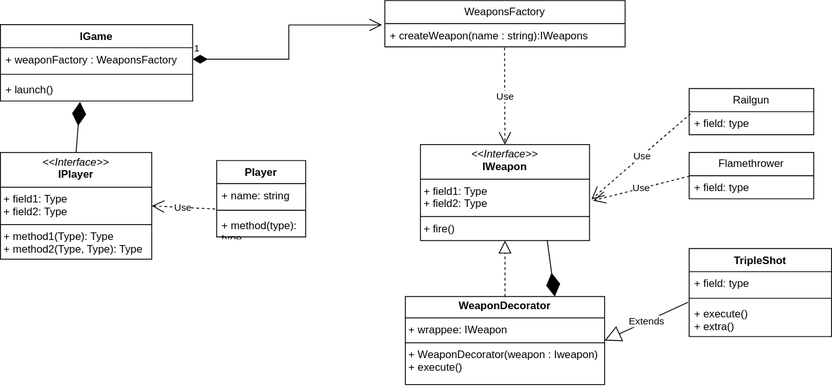
Before: class_diagram.drawio.svg, a diagram exported from draw.io (CNAM-gaming/vampire_survivors). Source tidied: cells renumbered, new cells last; positions are measured from the earlier drawing's top-left corner, leaving out a move shared by most shapes.
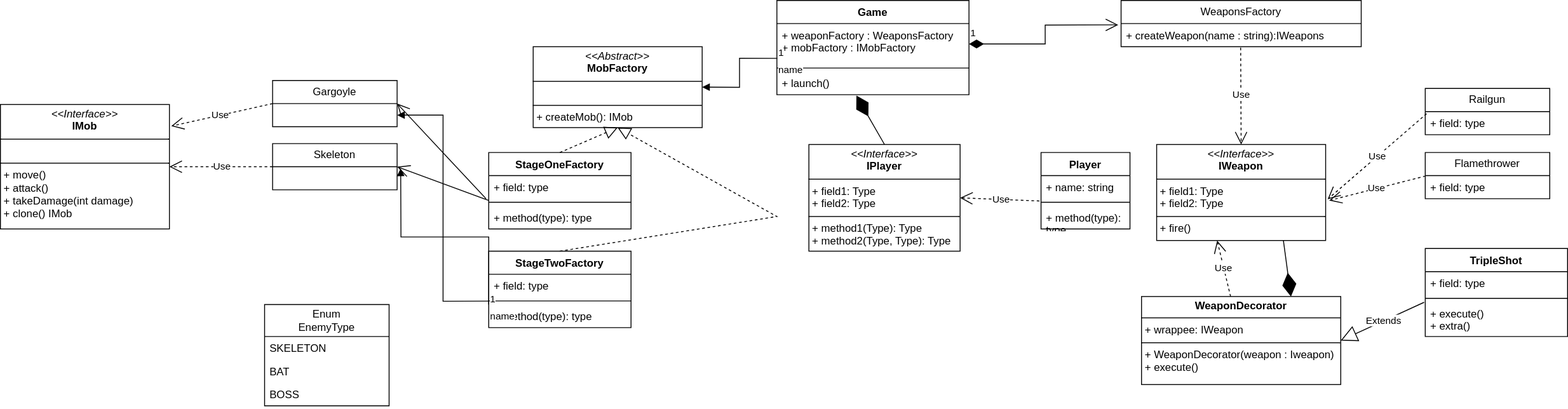
The same diagram one commit later.

Commit message:
Mettre à jour class_diagram.drawio.svg

Diff of the diagram source:
```diff
@@ -3,7 +3,7 @@
     <mxCell id="0" />
     <mxCell id="1" parent="0" />
     <mxCell id="2" value="Player" style="swimlane;fontStyle=1;align=center;verticalAlign=top;horizontal=1;startSize=26;whiteSpace=wrap;html=1;swimlaneFillColor=default;" parent="1" vertex="1">
-      <mxGeometry x="243" y="180" width="100" height="86" as="geometry" />
+      <mxGeometry x="342" y="171" width="100" height="86" as="geometry" />
     </mxCell>
     <mxCell id="3" value="+ name: string" style="text;strokeColor=none;fillColor=none;align=left;verticalAlign=top;spacingLeft=4;spacingRight=4;overflow=hidden;points=[[0,0.5],[1,0.5]];portConstraint=eastwest;whiteSpace=wrap;html=1;" parent="2" vertex="1">
       <mxGeometry y="26" width="100" height="26" as="geometry" />
@@ -15,19 +15,19 @@
       <mxGeometry y="60" width="100" height="26" as="geometry" />
     </mxCell>
     <mxCell id="6" value="&lt;p style=&quot;margin:0px;margin-top:4px;text-align:center;&quot;&gt;&lt;i&gt;&amp;lt;&amp;lt;Interface&amp;gt;&amp;gt;&lt;/i&gt;&lt;br&gt;&lt;b&gt;IPlayer&lt;/b&gt;&lt;/p&gt;&lt;hr size=&quot;1&quot; style=&quot;border-style:solid;&quot;&gt;&lt;p style=&quot;margin:0px;margin-left:4px;&quot;&gt;+ field1: Type&lt;br&gt;+ field2: Type&lt;/p&gt;&lt;hr size=&quot;1&quot; style=&quot;border-style:solid;&quot;&gt;&lt;p style=&quot;margin:0px;margin-left:4px;&quot;&gt;+ method1(Type): Type&lt;br&gt;+ method2(Type, Type): Type&lt;/p&gt;" style="verticalAlign=top;align=left;overflow=fill;html=1;whiteSpace=wrap;" parent="1" vertex="1">
-      <mxGeometry y="171" width="170" height="120" as="geometry" />
+      <mxGeometry x="81" y="162" width="170" height="120" as="geometry" />
     </mxCell>
-    <mxCell id="7" value="IGame" style="swimlane;fontStyle=1;align=center;verticalAlign=top;horizontal=1;startSize=26;whiteSpace=wrap;html=1;" parent="1" vertex="1">
-      <mxGeometry y="27" width="216" height="86" as="geometry" />
+    <mxCell id="7" value="&lt;div&gt;&lt;span style=&quot;background-color: initial;&quot;&gt;Game&lt;/span&gt;&lt;br&gt;&lt;/div&gt;" style="swimlane;fontStyle=1;align=center;verticalAlign=top;horizontal=1;startSize=26;whiteSpace=wrap;html=1;" parent="1" vertex="1">
+      <mxGeometry x="45" width="216" height="106" as="geometry" />
     </mxCell>
-    <mxCell id="8" value="+ weaponFactory : WeaponsFactory" style="text;strokeColor=none;fillColor=none;align=left;verticalAlign=top;spacingLeft=4;spacingRight=4;overflow=hidden;points=[[0,0.5],[1,0.5]];portConstraint=eastwest;whiteSpace=wrap;html=1;" parent="7" vertex="1">
-      <mxGeometry y="26" width="216" height="26" as="geometry" />
+    <mxCell id="8" value="+ weaponFactory : WeaponsFactory&lt;div&gt;+ mobFactory : IMobFactory&lt;br&gt;&lt;/div&gt;" style="text;strokeColor=none;fillColor=none;align=left;verticalAlign=top;spacingLeft=4;spacingRight=4;overflow=hidden;points=[[0,0.5],[1,0.5]];portConstraint=eastwest;whiteSpace=wrap;html=1;" parent="7" vertex="1">
+      <mxGeometry y="26" width="216" height="46" as="geometry" />
     </mxCell>
     <mxCell id="9" style="line;strokeWidth=1;fillColor=none;align=left;verticalAlign=middle;spacingTop=-1;spacingLeft=3;spacingRight=3;labelPosition=right;strokeColor=inherit;" parent="7" vertex="1">
-      <mxGeometry y="52" width="216" height="8" as="geometry" />
+      <mxGeometry y="72" width="216" height="8" as="geometry" />
     </mxCell>
     <mxCell id="10" value="+ launch()" style="text;strokeColor=none;fillColor=none;align=left;verticalAlign=top;spacingLeft=4;spacingRight=4;overflow=hidden;points=[[0,0.5],[1,0.5]];portConstraint=eastwest;whiteSpace=wrap;html=1;" parent="7" vertex="1">
-      <mxGeometry y="60" width="216" height="26" as="geometry" />
+      <mxGeometry y="80" width="216" height="26" as="geometry" />
     </mxCell>
     <mxCell id="11" value="WeaponsFactory" style="swimlane;fontStyle=0;horizontal=1;startSize=26;fillColor=none;whiteSpace=wrap;html=1;" parent="1" vertex="1">
       <mxGeometry x="432" width="270" height="52" as="geometry" />
@@ -65,9 +65,6 @@
     <mxCell id="22" value="&lt;p style=&quot;margin:0px;margin-top:4px;text-align:center;&quot;&gt;&lt;b&gt;WeaponDecorator&lt;/b&gt;&lt;/p&gt;&lt;hr size=&quot;1&quot; style=&quot;border-style:solid;&quot;&gt;&lt;p style=&quot;margin:0px;margin-left:4px;&quot;&gt;+ wrappee: IWeapon&lt;/p&gt;&lt;hr size=&quot;1&quot; style=&quot;border-style:solid;&quot;&gt;&lt;p style=&quot;margin:0px;margin-left:4px;&quot;&gt;+ WeaponDecorator(weapon : Iweapon)&lt;br&gt;&lt;/p&gt;&lt;p style=&quot;margin:0px;margin-left:4px;&quot;&gt;+ execute()&lt;br&gt;&lt;/p&gt;" style="verticalAlign=top;align=left;overflow=fill;html=1;whiteSpace=wrap;" parent="1" vertex="1">
       <mxGeometry x="455" y="333" width="224" height="99" as="geometry" />
     </mxCell>
-    <mxCell id="23" style="endArrow=block;dashed=1;endFill=0;endSize=12;html=1;rounded=0;entryX=0.5;entryY=1;entryDx=0;entryDy=0;exitX=0.5;exitY=0;exitDx=0;exitDy=0;" parent="1" edge="1" source="22" target="13">
-      <mxGeometry relative="1" as="geometry" />
-    </mxCell>
     <mxCell id="24" value="TripleShot" style="swimlane;fontStyle=1;align=center;verticalAlign=top;horizontal=1;startSize=26;whiteSpace=wrap;html=1;" parent="1" vertex="1">
       <mxGeometry x="774" y="279" width="160" height="99" as="geometry" />
     </mxCell>
@@ -94,5 +91,100 @@
     <mxCell id="31" style="endArrow=diamondThin;endFill=1;endSize=24;html=1;rounded=0;exitX=0.75;exitY=1;exitDx=0;exitDy=0;entryX=0.75;entryY=0;entryDx=0;entryDy=0;" parent="1" edge="1" source="13" target="22">
       <mxGeometry relative="1" as="geometry" />
     </mxCell>
+    <mxCell id="23" value="Use" style="endArrow=open;endSize=12;dashed=1;html=1;rounded=0;entryX=0.358;entryY=1;entryDx=0;entryDy=0;entryPerimeter=0;" parent="1" edge="1" source="22" target="13">
+      <mxGeometry relative="1" as="geometry" />
+    </mxCell>
+    <mxCell id="32" value="&lt;p style=&quot;margin:0px;margin-top:4px;text-align:center;&quot;&gt;&lt;i&gt;&amp;lt;&amp;lt;Abstract&amp;gt;&amp;gt;&lt;/i&gt;&lt;br&gt;&lt;b&gt;MobFactory&lt;/b&gt;&lt;/p&gt;&lt;hr size=&quot;1&quot; style=&quot;border-style:solid;&quot;&gt;&lt;p style=&quot;margin:0px;margin-left:4px;&quot;&gt;&lt;br&gt;&lt;/p&gt;&lt;hr size=&quot;1&quot; style=&quot;border-style:solid;&quot;&gt;&lt;p style=&quot;margin:0px;margin-left:4px;&quot;&gt;+ createMob(): IMob&lt;/p&gt;" style="verticalAlign=top;align=left;overflow=fill;html=1;whiteSpace=wrap;" parent="1" vertex="1">
+      <mxGeometry x="-229" y="52" width="190" height="91" as="geometry" />
+    </mxCell>
+    <mxCell id="33" value="name" style="endArrow=block;endFill=1;html=1;edgeStyle=orthogonalEdgeStyle;align=left;verticalAlign=top;rounded=0;entryX=1;entryY=0.5;entryDx=0;entryDy=0;exitX=0.002;exitY=0.85;exitDx=0;exitDy=0;exitPerimeter=0;" parent="1" edge="1" source="8" target="32">
+      <mxGeometry x="-1" relative="1" as="geometry" />
+    </mxCell>
+    <mxCell id="34" value="1" style="edgeLabel;html=1;align=left;verticalAlign=bottom;" parent="33" vertex="1">
+      <mxGeometry x="-1" relative="1" as="geometry" />
+    </mxCell>
+    <mxCell id="35" value="Skeleton" style="swimlane;fontStyle=0;horizontal=1;startSize=26;fillColor=none;whiteSpace=wrap;html=1;" parent="1" vertex="1">
+      <mxGeometry x="-522" y="161" width="140" height="52" as="geometry" />
+    </mxCell>
+    <mxCell id="36" value="&lt;p style=&quot;margin:0px;margin-top:4px;text-align:center;&quot;&gt;&lt;i&gt;&amp;lt;&amp;lt;Interface&amp;gt;&amp;gt;&lt;/i&gt;&lt;br&gt;&lt;b&gt;IMob&lt;/b&gt;&lt;/p&gt;&lt;hr size=&quot;1&quot; style=&quot;border-style:solid;&quot;&gt;&lt;p style=&quot;margin:0px;margin-left:4px;&quot;&gt;&lt;br&gt;&lt;/p&gt;&lt;hr size=&quot;1&quot; style=&quot;border-style:solid;&quot;&gt;&lt;p style=&quot;margin:0px;margin-left:4px;&quot;&gt;+ move()&lt;br&gt;+ attack()&lt;/p&gt;&lt;p style=&quot;margin:0px;margin-left:4px;&quot;&gt;+ takeDamage(int damage)&lt;/p&gt;&lt;p style=&quot;margin:0px;margin-left:4px;&quot;&gt;+ clone() IMob&lt;/p&gt;" style="verticalAlign=top;align=left;overflow=fill;html=1;whiteSpace=wrap;" parent="1" vertex="1">
+      <mxGeometry x="-828" y="117" width="190" height="140" as="geometry" />
+    </mxCell>
+    <mxCell id="37" value="Gargoyle" style="swimlane;fontStyle=0;horizontal=1;startSize=26;fillColor=none;whiteSpace=wrap;html=1;" parent="1" vertex="1">
+      <mxGeometry x="-522" y="90" width="140" height="52" as="geometry" />
+    </mxCell>
+    <mxCell id="38" value="Use" style="endArrow=open;endSize=12;dashed=1;html=1;rounded=0;exitX=0;exitY=0.5;exitDx=0;exitDy=0;" parent="1" edge="1" source="35" target="36">
+      <mxGeometry relative="1" as="geometry" />
+    </mxCell>
+    <mxCell id="39" value="Use" style="endArrow=open;endSize=12;dashed=1;html=1;rounded=0;entryX=1.011;entryY=0.174;entryDx=0;entryDy=0;exitX=0;exitY=0.5;exitDx=0;exitDy=0;entryPerimeter=0;" parent="1" edge="1" source="37" target="36">
+      <mxGeometry relative="1" as="geometry" />
+    </mxCell>
+    <mxCell id="40" value="StageOneFactory" style="swimlane;fontStyle=1;align=center;verticalAlign=top;horizontal=1;startSize=26;whiteSpace=wrap;html=1;" parent="1" vertex="1">
+      <mxGeometry x="-279" y="171" width="160" height="86" as="geometry" />
+    </mxCell>
+    <mxCell id="41" value="+ field: type" style="text;strokeColor=none;fillColor=none;align=left;verticalAlign=top;spacingLeft=4;spacingRight=4;overflow=hidden;points=[[0,0.5],[1,0.5]];portConstraint=eastwest;whiteSpace=wrap;html=1;" parent="40" vertex="1">
+      <mxGeometry y="26" width="160" height="26" as="geometry" />
+    </mxCell>
+    <mxCell id="42" style="line;strokeWidth=1;fillColor=none;align=left;verticalAlign=middle;spacingTop=-1;spacingLeft=3;spacingRight=3;labelPosition=right;strokeColor=inherit;" parent="40" vertex="1">
+      <mxGeometry y="52" width="160" height="8" as="geometry" />
+    </mxCell>
+    <mxCell id="43" value="+ method(type): type" style="text;strokeColor=none;fillColor=none;align=left;verticalAlign=top;spacingLeft=4;spacingRight=4;overflow=hidden;whiteSpace=wrap;html=1;" parent="40" vertex="1">
+      <mxGeometry y="60" width="160" height="26" as="geometry" />
+    </mxCell>
+    <mxCell id="44" value="StageTwoFactory" style="swimlane;fontStyle=1;align=center;verticalAlign=top;horizontal=1;startSize=26;whiteSpace=wrap;html=1;" parent="1" vertex="1">
+      <mxGeometry x="-279" y="282" width="160" height="86" as="geometry" />
+    </mxCell>
+    <mxCell id="45" value="+ field: type" style="text;strokeColor=none;fillColor=none;align=left;verticalAlign=top;spacingLeft=4;spacingRight=4;overflow=hidden;points=[[0,0.5],[1,0.5]];portConstraint=eastwest;whiteSpace=wrap;html=1;" parent="44" vertex="1">
+      <mxGeometry y="26" width="160" height="26" as="geometry" />
+    </mxCell>
+    <mxCell id="46" style="line;strokeWidth=1;fillColor=none;align=left;verticalAlign=middle;spacingTop=-1;spacingLeft=3;spacingRight=3;labelPosition=right;strokeColor=inherit;" parent="44" vertex="1">
+      <mxGeometry y="52" width="160" height="8" as="geometry" />
+    </mxCell>
+    <mxCell id="47" value="+ method(type): type" style="text;strokeColor=none;fillColor=none;align=left;verticalAlign=top;spacingLeft=4;spacingRight=4;overflow=hidden;points=[[0,0.5],[1,0.5]];portConstraint=eastwest;whiteSpace=wrap;html=1;" parent="44" vertex="1">
+      <mxGeometry y="60" width="160" height="26" as="geometry" />
+    </mxCell>
+    <mxCell id="48" style="endArrow=block;dashed=1;endFill=0;endSize=12;html=1;rounded=0;entryX=0.5;entryY=1;entryDx=0;entryDy=0;exitX=0.5;exitY=0;exitDx=0;exitDy=0;" parent="1" edge="1" source="40" target="32">
+      <mxGeometry relative="1" as="geometry" />
+    </mxCell>
+    <mxCell id="49" style="endArrow=block;dashed=1;endFill=0;endSize=12;html=1;rounded=0;entryX=0.5;entryY=1;entryDx=0;entryDy=0;exitX=0.5;exitY=0;exitDx=0;exitDy=0;" parent="1" edge="1" source="44" target="32">
+      <mxGeometry relative="1" as="geometry">
+        <Array as="points">
+          <mxPoint x="45" y="243" />
+        </Array>
+      </mxGeometry>
+    </mxCell>
+    <mxCell id="50" style="endArrow=open;endFill=1;endSize=12;html=1;rounded=0;exitX=-0.019;exitY=1;exitDx=0;exitDy=0;exitPerimeter=0;entryX=1;entryY=0.5;entryDx=0;entryDy=0;" parent="1" edge="1" source="41" target="37">
+      <mxGeometry relative="1" as="geometry" />
+    </mxCell>
+    <mxCell id="51" value="Enum&lt;br&gt;EnemyType" style="swimlane;fontStyle=0;horizontal=1;startSize=36;fillColor=none;whiteSpace=wrap;html=1;" parent="1" vertex="1">
+      <mxGeometry x="-531" y="342" width="140" height="114" as="geometry" />
+    </mxCell>
+    <mxCell id="52" value="SKELETON" style="text;strokeColor=none;fillColor=none;align=left;verticalAlign=top;spacingLeft=4;spacingRight=4;overflow=hidden;whiteSpace=wrap;html=1;" parent="51" vertex="1">
+      <mxGeometry y="36" width="140" height="26" as="geometry" />
+    </mxCell>
+    <mxCell id="53" value="BAT" style="text;strokeColor=none;fillColor=none;align=left;verticalAlign=top;spacingLeft=4;spacingRight=4;overflow=hidden;whiteSpace=wrap;html=1;" parent="51" vertex="1">
+      <mxGeometry y="62" width="140" height="26" as="geometry" />
+    </mxCell>
+    <mxCell id="54" value="BOSS" style="text;strokeColor=none;fillColor=none;align=left;verticalAlign=top;spacingLeft=4;spacingRight=4;overflow=hidden;whiteSpace=wrap;html=1;" parent="51" vertex="1">
+      <mxGeometry y="88" width="140" height="26" as="geometry" />
+    </mxCell>
+    <mxCell id="55" style="endArrow=open;endFill=1;endSize=12;html=1;rounded=0;entryX=1;entryY=0.5;entryDx=0;entryDy=0;" parent="1" edge="1" target="35">
+      <mxGeometry relative="1" as="geometry">
+        <mxPoint x="-279" y="225" as="sourcePoint" />
+      </mxGeometry>
+    </mxCell>
+    <mxCell id="56" value="name" style="endArrow=block;endFill=1;html=1;edgeStyle=orthogonalEdgeStyle;align=left;verticalAlign=top;rounded=0;entryX=1;entryY=0.75;entryDx=0;entryDy=0;exitX=-0.001;exitY=1.161;exitDx=0;exitDy=0;exitPerimeter=0;" parent="1" edge="1" source="45" target="37">
+      <mxGeometry x="-1" relative="1" as="geometry" />
+    </mxCell>
+    <mxCell id="57" value="1" style="edgeLabel;html=1;align=left;verticalAlign=bottom;" parent="56" vertex="1">
+      <mxGeometry x="-1" relative="1" as="geometry" />
+    </mxCell>
+    <mxCell id="58" value="name" style="endArrow=block;endFill=1;html=1;edgeStyle=orthogonalEdgeStyle;align=left;verticalAlign=top;rounded=0;exitX=0;exitY=0;exitDx=0;exitDy=0;exitPerimeter=0;" parent="1" edge="1" source="47">
+      <mxGeometry x="-1" relative="1" as="geometry">
+        <mxPoint x="-378" y="189" as="targetPoint" />
+      </mxGeometry>
+    </mxCell>
+    <mxCell id="59" value="1" style="edgeLabel;html=1;align=left;verticalAlign=bottom;" parent="58" vertex="1">
+      <mxGeometry x="-1" relative="1" as="geometry" />
+    </mxCell>
   </root>
 </mxGraphModel>
```
